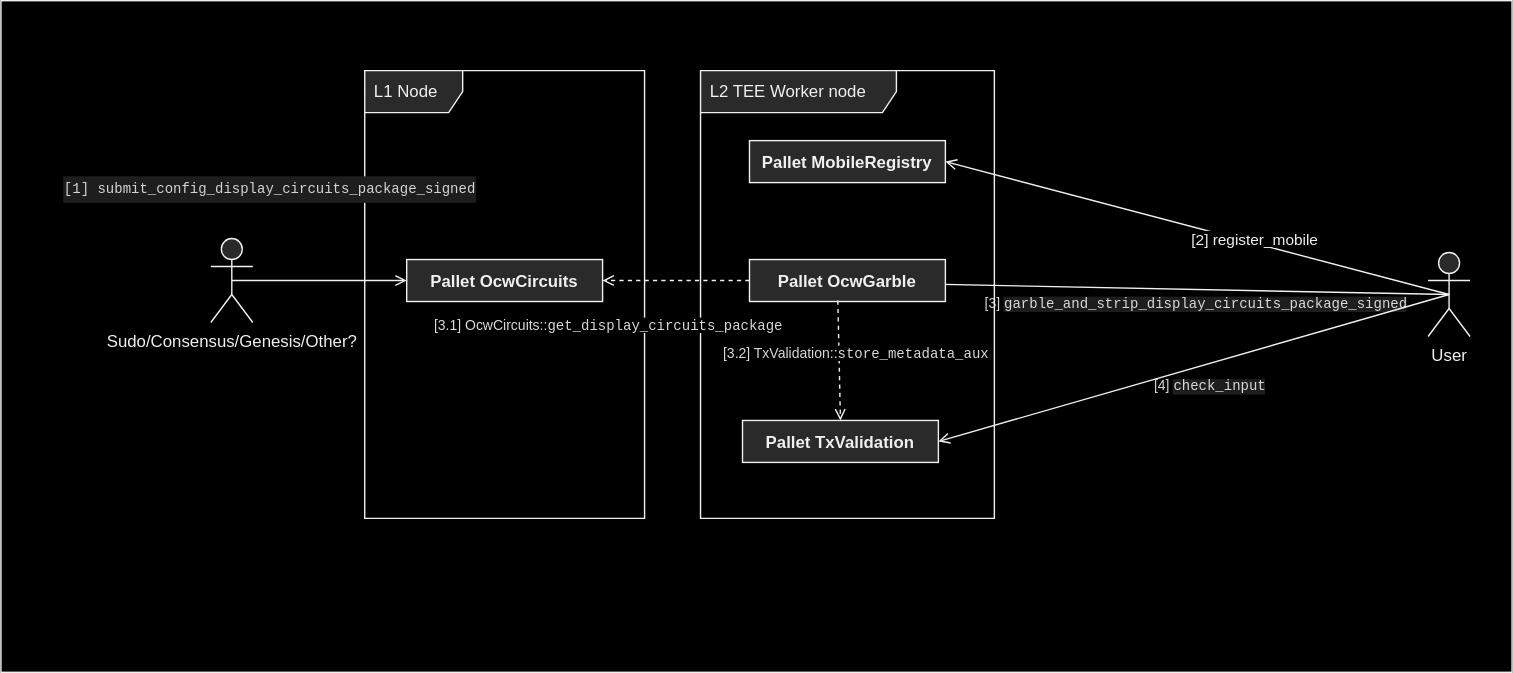
The draw.io diagram src/fig/integritee-structure.svg in Interstellar-Network/Interstellar-Book, before a commit. Source tidied: cells renumbered, new cells last; positions are measured from the earlier drawing's top-left corner, leaving out a move shared by most shapes.
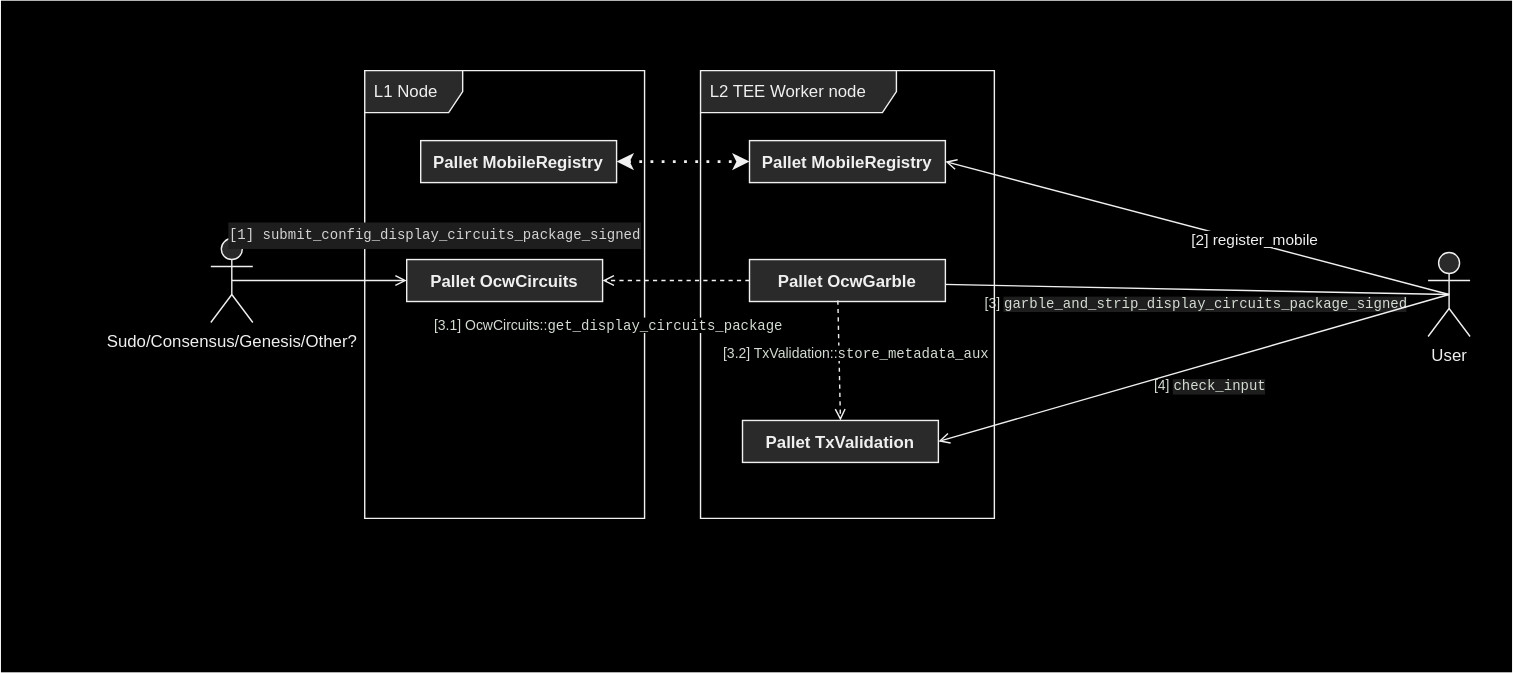
After the change.

Change to the diagram source:
```diff
@@ -2,7 +2,7 @@
   <root>
     <mxCell id="0" />
     <mxCell id="1" parent="0" />
-    <mxCell id="2" style="rounded=0;whiteSpace=wrap;html=1;labelBackgroundColor=#000000;fillColor=#000000;" parent="1" vertex="1">
+    <mxCell id="2" style="rounded=0;whiteSpace=wrap;html=1;labelBackgroundColor=#000000;fillColor=#000000;strokeColor=none;" parent="1" vertex="1">
       <mxGeometry width="1080" height="480" as="geometry" />
     </mxCell>
     <mxCell id="3" value="Sudo/Consensus/Genesis/Other?" style="shape=umlActor;verticalLabelPosition=bottom;verticalAlign=top;html=1;" parent="1" vertex="1">
@@ -20,8 +20,13 @@
     <mxCell id="7" value="Pallet OcwCircuits" style="fontStyle=1;" parent="5" vertex="1">
       <mxGeometry x="40" y="145" width="140" height="30" as="geometry" />
     </mxCell>
+    <mxCell id="21" value="Pallet MobileRegistry" style="fontStyle=1;" parent="5" vertex="1">
+      <mxGeometry x="50" y="60" width="140" height="30" as="geometry" />
+    </mxCell>
     <mxCell id="8" value="&lt;div style=&quot;background-color: rgb(30, 30, 30); font-family: consolas, &amp;quot;courier new&amp;quot;, monospace; line-height: 19px; font-size: 10px;&quot;&gt;&lt;font color=&quot;#d4d4d4&quot;&gt;&lt;font style=&quot;font-size: 10px;&quot;&gt;[1]&amp;nbsp;&lt;/font&gt;submit_config_display_circuits_package_signed&lt;/font&gt;&lt;/div&gt;" style="html=1;verticalAlign=bottom;labelBackgroundColor=none;endArrow=open;endFill=0;fontSize=9;exitX=0.5;exitY=0.5;exitDx=0;exitDy=0;exitPerimeter=0;entryX=0;entryY=0.5;entryDx=0;entryDy=0;" parent="1" edge="1" source="3" target="7">
-      <mxGeometry x="-0.56" y="53" relative="1" as="geometry" />
+      <mxGeometry x="1" y="28" relative="1" as="geometry">
+        <mxPoint x="20" y="8" as="offset" />
+      </mxGeometry>
     </mxCell>
     <mxCell id="9" value="[3]&amp;nbsp;&lt;span style=&quot;background-color: rgb(30, 30, 30); font-family: consolas, &amp;quot;courier new&amp;quot;, monospace;&quot;&gt;garble_and_strip_display_circuits_package_signed&lt;/span&gt;" style="html=1;verticalAlign=bottom;labelBackgroundColor=none;endArrow=open;endFill=0;fontSize=10;fontColor=#D4DCD3;entryX=0;entryY=0.5;entryDx=0;entryDy=0;exitX=0.5;exitY=0.5;exitDx=0;exitDy=0;exitPerimeter=0;" parent="1" edge="1" source="4" target="12">
       <mxGeometry x="-0.27" y="20" relative="1" as="geometry" />
@@ -63,5 +68,8 @@
     <mxCell id="20" value="&lt;span style=&quot;background-color: rgb(0, 0, 0);&quot;&gt;[2] register_mobile&lt;/span&gt;" style="html=1;verticalAlign=bottom;labelBackgroundColor=none;endArrow=open;endFill=0;exitX=0.5;exitY=0.5;exitDx=0;exitDy=0;exitPerimeter=0;entryX=1;entryY=0.5;entryDx=0;entryDy=0;" parent="1" edge="1" source="4" target="16">
       <mxGeometry x="-0.24" y="6" relative="1" as="geometry" />
     </mxCell>
+    <mxCell id="22" style="endArrow=classic;dashed=1;html=1;dashPattern=1 3;strokeWidth=2;rounded=0;labelBackgroundColor=#000000;fontColor=#D4D4D4;exitX=1;exitY=0.5;exitDx=0;exitDy=0;entryX=0;entryY=0.5;entryDx=0;entryDy=0;startArrow=classic;startFill=1;endFill=1;" parent="1" edge="1" source="21" target="16">
+      <mxGeometry relative="1" as="geometry" />
+    </mxCell>
   </root>
 </mxGraphModel>
```
